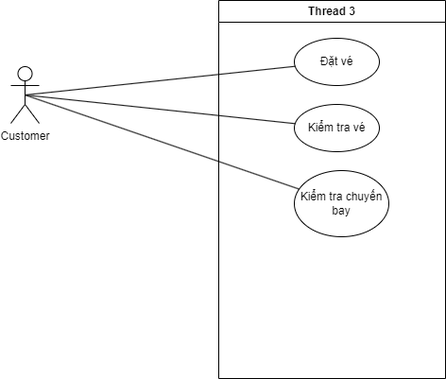
The draw.io diagram Usecase.drawio.png in GumBox/CloudAirlineG8, before a commit. Source tidied: cells renumbered, new cells last; positions are measured from the earlier drawing's top-left corner, leaving out a move shared by most shapes.
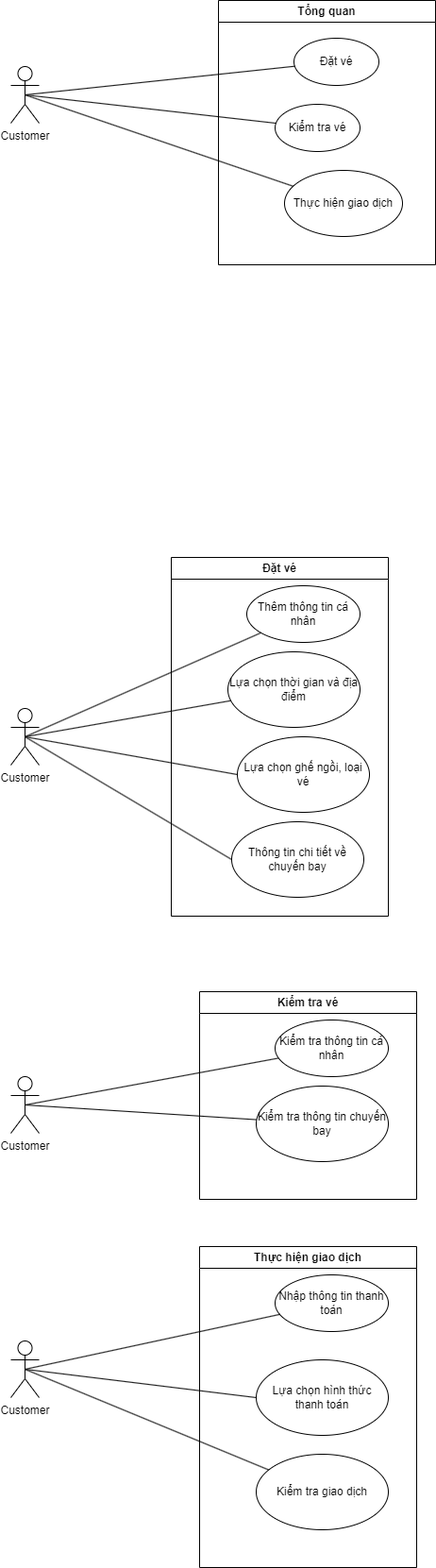
After the commit.

Diff of the diagram source:
```diff
@@ -2,29 +2,101 @@
   <root>
     <mxCell id="0" />
     <mxCell id="1" parent="0" />
-    <mxCell id="2" value="Thread 3" style="swimlane;whiteSpace=wrap;" parent="1" vertex="1">
-      <mxGeometry x="220" width="240" height="400" as="geometry" />
-    </mxCell>
+    <mxCell id="10" value="Tổng quan" style="swimlane;whiteSpace=wrap;" parent="1" vertex="1">
+      <mxGeometry y="-80" width="230" height="280" as="geometry" />
+    </mxCell>
-    <mxCell id="3" value="Đặt vé" style="ellipse;whiteSpace=wrap;html=1;" parent="2" vertex="1">
+    <mxCell id="3" value="Đặt vé" style="ellipse;whiteSpace=wrap;html=1;" parent="10" vertex="1">
       <mxGeometry x="80" y="40" width="90" height="50" as="geometry" />
     </mxCell>
-    <mxCell id="4" value="Kiểm tra vé" style="ellipse;whiteSpace=wrap;html=1;" parent="2" vertex="1">
-      <mxGeometry x="80" y="110" width="90" height="50" as="geometry" />
+    <mxCell id="4" value="Kiểm tra vé" style="ellipse;whiteSpace=wrap;html=1;" parent="10" vertex="1">
+      <mxGeometry x="60" y="110" width="90" height="50" as="geometry" />
     </mxCell>
-    <mxCell id="5" value="Kiểm tra chuyến bay" style="ellipse;whiteSpace=wrap;html=1;" parent="2" vertex="1">
-      <mxGeometry x="80" y="180" width="100" height="70" as="geometry" />
-    </mxCell>
-    <mxCell id="6" value="Customer" style="shape=umlActor;verticalLabelPosition=bottom;verticalAlign=top;html=1;outlineConnect=0;" parent="1" vertex="1">
-      <mxGeometry y="70" width="30" height="60" as="geometry" />
-    </mxCell>
-    <mxCell id="7" style="endArrow=none;html=1;rounded=0;exitX=0.5;exitY=0.5;exitDx=0;exitDy=0;exitPerimeter=0;" parent="1" edge="1" source="6" target="3">
-      <mxGeometry relative="1" as="geometry" />
-    </mxCell>
-    <mxCell id="8" style="endArrow=none;html=1;rounded=0;" parent="1" edge="1" source="6" target="5">
-      <mxGeometry relative="1" as="geometry" />
-    </mxCell>
-    <mxCell id="9" style="endArrow=none;html=1;rounded=0;" parent="1" edge="1" source="6" target="4">
-      <mxGeometry relative="1" as="geometry" />
-    </mxCell>
+    <mxCell id="11" value="Thực hiện giao dịch" style="ellipse;whiteSpace=wrap;html=1;" parent="10" vertex="1">
+      <mxGeometry x="70" y="180" width="125" height="70" as="geometry" />
+    </mxCell>
+    <mxCell id="12" value="Customer" style="shape=umlActor;verticalLabelPosition=bottom;verticalAlign=top;html=1;outlineConnect=0;" parent="1" vertex="1">
+      <mxGeometry x="-220" y="-10" width="30" height="60" as="geometry" />
+    </mxCell>
+    <mxCell id="13" style="endArrow=none;html=1;rounded=0;exitX=0.5;exitY=0.5;exitDx=0;exitDy=0;exitPerimeter=0;" parent="1" edge="1" source="12" target="3">
+      <mxGeometry relative="1" as="geometry" />
+    </mxCell>
+    <mxCell id="14" style="endArrow=none;html=1;rounded=0;exitX=0.5;exitY=0.5;exitDx=0;exitDy=0;exitPerimeter=0;" parent="1" edge="1" source="12" target="11">
+      <mxGeometry relative="1" as="geometry" />
+    </mxCell>
+    <mxCell id="15" style="endArrow=none;html=1;rounded=0;exitX=0.5;exitY=0.5;exitDx=0;exitDy=0;exitPerimeter=0;" parent="1" edge="1" source="12" target="4">
+      <mxGeometry relative="1" as="geometry" />
+    </mxCell>
+    <mxCell id="16" value="Đặt vé" style="swimlane;whiteSpace=wrap;" parent="1" vertex="1">
+      <mxGeometry x="-50" y="510" width="230" height="380" as="geometry" />
+    </mxCell>
+    <mxCell id="17" value="Thêm thông tin cá nhân" style="ellipse;whiteSpace=wrap;html=1;" parent="16" vertex="1">
+      <mxGeometry x="80" y="30" width="120" height="60" as="geometry" />
+    </mxCell>
+    <mxCell id="18" value="Lựa chọn thời gian và địa điểm" style="ellipse;whiteSpace=wrap;html=1;" parent="16" vertex="1">
+      <mxGeometry x="60" y="100" width="140" height="80" as="geometry" />
+    </mxCell>
+    <mxCell id="19" value="Lựa chọn ghế ngồi, loại vé" style="ellipse;whiteSpace=wrap;html=1;" parent="16" vertex="1">
+      <mxGeometry x="70" y="190" width="140" height="80" as="geometry" />
+    </mxCell>
+    <mxCell id="20" value="Thông tin chi tiết về chuyến bay" style="ellipse;whiteSpace=wrap;html=1;" parent="16" vertex="1">
+      <mxGeometry x="64" y="280" width="140" height="80" as="geometry" />
+    </mxCell>
+    <mxCell id="21" value="Customer" style="shape=umlActor;verticalLabelPosition=bottom;verticalAlign=top;html=1;outlineConnect=0;" parent="1" vertex="1">
+      <mxGeometry x="-220" y="670" width="30" height="60" as="geometry" />
+    </mxCell>
+    <mxCell id="22" style="endArrow=none;html=1;rounded=0;exitX=0.5;exitY=0.5;exitDx=0;exitDy=0;exitPerimeter=0;" parent="1" edge="1" source="21" target="17">
+      <mxGeometry relative="1" as="geometry" />
+    </mxCell>
+    <mxCell id="23" style="endArrow=none;html=1;rounded=0;exitX=0.5;exitY=0.5;exitDx=0;exitDy=0;exitPerimeter=0;entryX=0;entryY=0.5;entryDx=0;entryDy=0;" parent="1" edge="1" source="21" target="19">
+      <mxGeometry relative="1" as="geometry" />
+    </mxCell>
+    <mxCell id="24" style="endArrow=none;html=1;rounded=0;exitX=0.5;exitY=0.5;exitDx=0;exitDy=0;exitPerimeter=0;" parent="1" edge="1" source="21" target="18">
+      <mxGeometry relative="1" as="geometry" />
+    </mxCell>
+    <mxCell id="25" style="endArrow=none;html=1;rounded=0;exitX=0.5;exitY=0.5;exitDx=0;exitDy=0;exitPerimeter=0;entryX=0;entryY=0.5;entryDx=0;entryDy=0;" parent="1" edge="1" source="21" target="20">
+      <mxGeometry relative="1" as="geometry" />
+    </mxCell>
+    <mxCell id="26" value="Kiểm tra vé" style="swimlane;whiteSpace=wrap;" parent="1" vertex="1">
+      <mxGeometry x="-20" y="970" width="230" height="220" as="geometry" />
+    </mxCell>
+    <mxCell id="27" value="Kiểm tra thông tin cá nhân" style="ellipse;whiteSpace=wrap;html=1;" parent="26" vertex="1">
+      <mxGeometry x="80" y="30" width="120" height="60" as="geometry" />
+    </mxCell>
+    <mxCell id="28" value="Kiểm tra thông tin chuyến bay" style="ellipse;whiteSpace=wrap;html=1;" parent="26" vertex="1">
+      <mxGeometry x="60" y="100" width="140" height="80" as="geometry" />
+    </mxCell>
+    <mxCell id="29" value="Customer" style="shape=umlActor;verticalLabelPosition=bottom;verticalAlign=top;html=1;outlineConnect=0;" parent="1" vertex="1">
+      <mxGeometry x="-220" y="1060" width="30" height="60" as="geometry" />
+    </mxCell>
+    <mxCell id="30" style="endArrow=none;html=1;rounded=0;exitX=0.5;exitY=0.5;exitDx=0;exitDy=0;exitPerimeter=0;" parent="1" edge="1" source="29" target="27">
+      <mxGeometry relative="1" as="geometry" />
+    </mxCell>
+    <mxCell id="31" style="endArrow=none;html=1;rounded=0;exitX=0.5;exitY=0.5;exitDx=0;exitDy=0;exitPerimeter=0;" parent="1" edge="1" source="29" target="28">
+      <mxGeometry relative="1" as="geometry" />
+    </mxCell>
+    <mxCell id="32" value="Thực hiện giao dịch" style="swimlane;whiteSpace=wrap;startSize=23;" parent="1" vertex="1">
+      <mxGeometry x="-20" y="1240" width="230" height="340" as="geometry" />
+    </mxCell>
+    <mxCell id="33" value="Nhập thông tin thanh toán" style="ellipse;whiteSpace=wrap;html=1;" parent="32" vertex="1">
+      <mxGeometry x="80" y="30" width="120" height="60" as="geometry" />
+    </mxCell>
+    <mxCell id="34" value="Kiểm tra giao dịch" style="ellipse;whiteSpace=wrap;html=1;" parent="32" vertex="1">
+      <mxGeometry x="60" y="220" width="140" height="80" as="geometry" />
+    </mxCell>
+    <mxCell id="35" value="Lựa chọn hình thức thanh toán" style="ellipse;whiteSpace=wrap;html=1;" parent="32" vertex="1">
+      <mxGeometry x="60" y="120" width="140" height="80" as="geometry" />
+    </mxCell>
+    <mxCell id="36" value="Customer" style="shape=umlActor;verticalLabelPosition=bottom;verticalAlign=top;html=1;outlineConnect=0;" parent="1" vertex="1">
+      <mxGeometry x="-220" y="1340" width="30" height="60" as="geometry" />
+    </mxCell>
+    <mxCell id="37" style="endArrow=none;html=1;rounded=0;exitX=0.5;exitY=0.5;exitDx=0;exitDy=0;exitPerimeter=0;" parent="1" edge="1" source="36" target="33">
+      <mxGeometry relative="1" as="geometry" />
+    </mxCell>
+    <mxCell id="38" style="endArrow=none;html=1;rounded=0;exitX=0.5;exitY=0.5;exitDx=0;exitDy=0;exitPerimeter=0;" parent="1" edge="1" source="36" target="34">
+      <mxGeometry relative="1" as="geometry" />
+    </mxCell>
+    <mxCell id="39" style="endArrow=none;html=1;rounded=0;exitX=0.5;exitY=0.5;exitDx=0;exitDy=0;exitPerimeter=0;entryX=0;entryY=0.5;entryDx=0;entryDy=0;" parent="1" edge="1" source="36" target="35">
+      <mxGeometry relative="1" as="geometry" />
+    </mxCell>
   </root>
 </mxGraphModel>
```
